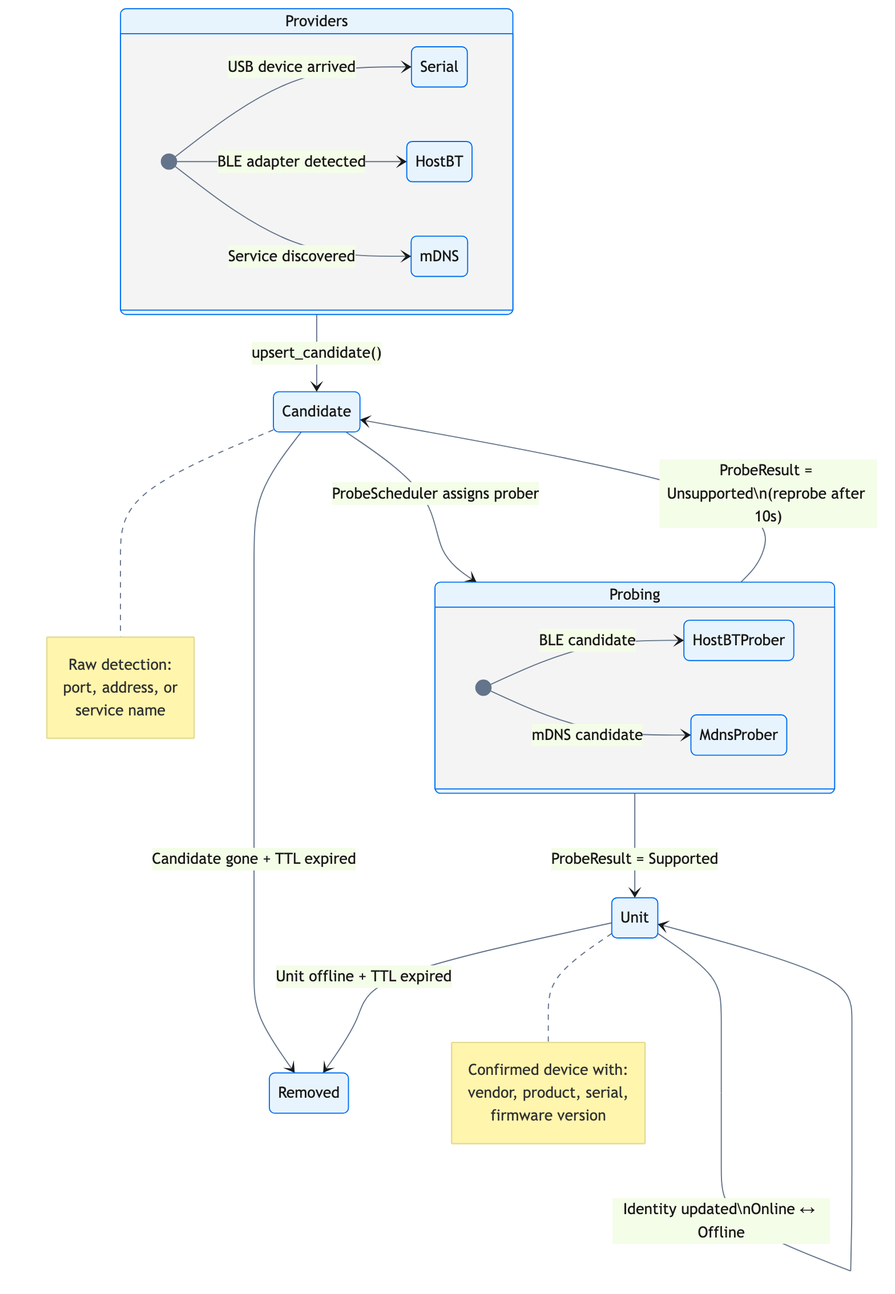
Above: docs/diagrams/DAEMON-1-inventory-state-machine.png in digimap2000/auracle (Mermaid), before the change. Its source is kept beside it as docs/diagrams/DAEMON-1-inventory-state-machine.mmd. Its diagram source:
```mermaid
%%{init: {'theme': 'base', 'themeVariables': {'primaryColor': '#e8f4fd', 'primaryBorderColor': '#0070f3', 'primaryTextColor': '#1a1a1a', 'lineColor': '#64748b', 'fontSize': '14px'}}}%%
stateDiagram-v2
    direction TB

    state "Providers" as providers {
        direction LR
        [*] --> Serial : USB device arrived
        [*] --> HostBT : BLE adapter detected
        [*] --> mDNS : Service discovered
    }

    state "Candidate" as candidate
    state "Probing" as probing
    state "Unit" as unit
    state "Removed" as removed

    state probing {
        direction LR
        [*] --> HostBTProber : BLE candidate
        [*] --> MdnsProber : mDNS candidate
    }

    providers --> candidate : upsert_candidate()
    candidate --> probing : ProbeScheduler assigns prober
    probing --> unit : ProbeResult = Supported
    probing --> candidate : ProbeResult = Unsupported\n(reprobe after 10s)
    candidate --> removed : Candidate gone + TTL expired
    unit --> removed : Unit offline + TTL expired
    unit --> unit : Identity updated\nOnline ↔ Offline

    note right of unit
        Confirmed device with:
        vendor, product, serial,
        firmware version
    end note

    note right of candidate
        Raw detection:
        port, address, or
        service name
    end note
```
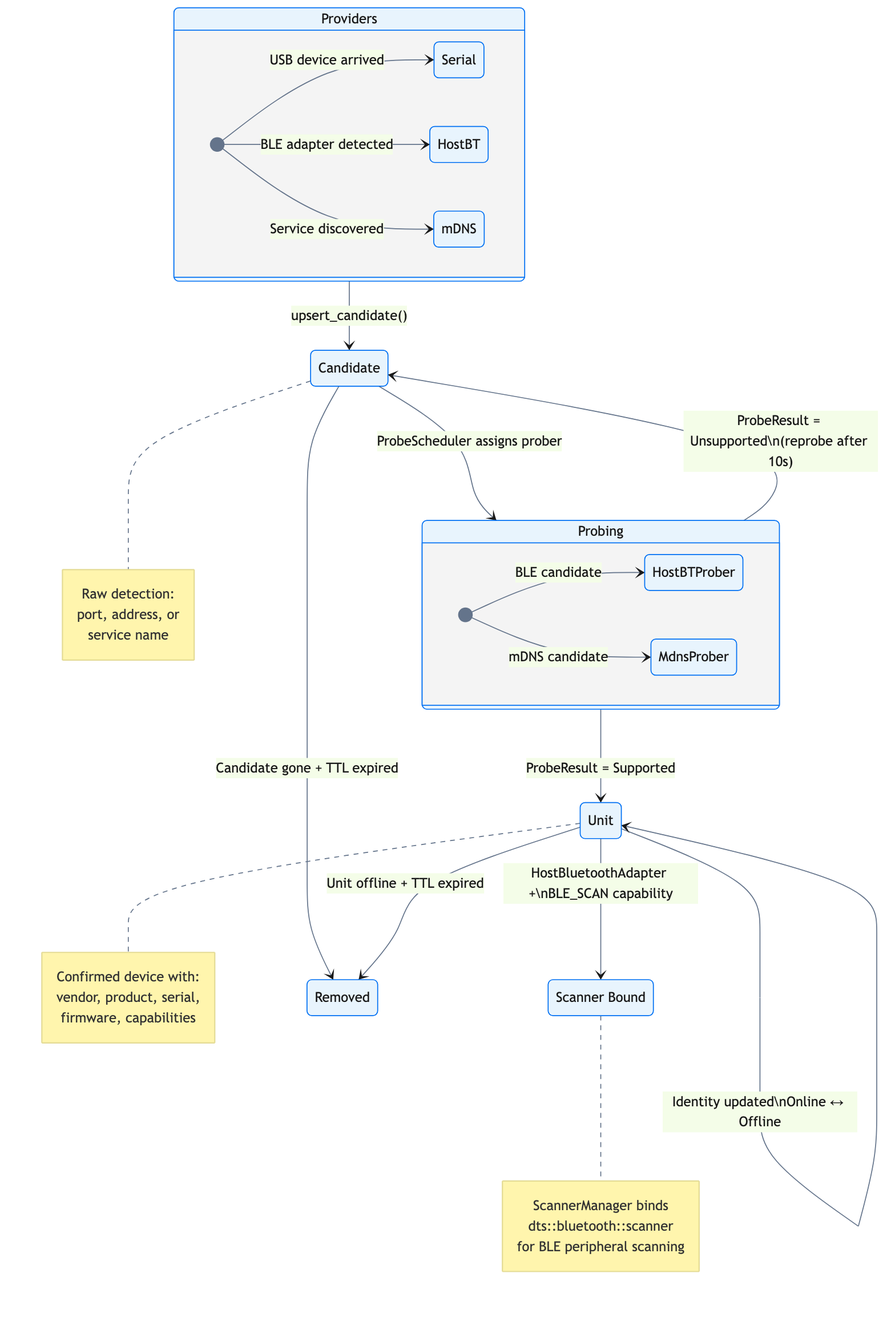
Later version of the same file.

Change to the diagram source:
```diff
@@ -12,6 +12,7 @@
     state "Candidate" as candidate
     state "Probing" as probing
     state "Unit" as unit
+    state "Scanner Bound" as scanner
     state "Removed" as removed
 
     state probing {
@@ -24,6 +25,7 @@
     candidate --> probing : ProbeScheduler assigns prober
     probing --> unit : ProbeResult = Supported
     probing --> candidate : ProbeResult = Unsupported\n(reprobe after 10s)
+    unit --> scanner : HostBluetoothAdapter +\nBLE_SCAN capability
     candidate --> removed : Candidate gone + TTL expired
     unit --> removed : Unit offline + TTL expired
     unit --> unit : Identity updated\nOnline ↔ Offline
@@ -31,7 +33,13 @@
     note right of unit
         Confirmed device with:
         vendor, product, serial,
-        firmware version
+        firmware, capabilities
+    end note
+
+    note right of scanner
+        ScannerManager binds
+        dts::bluetooth::scanner
+        for BLE peripheral scanning
     end note
 
     note right of candidate
```
